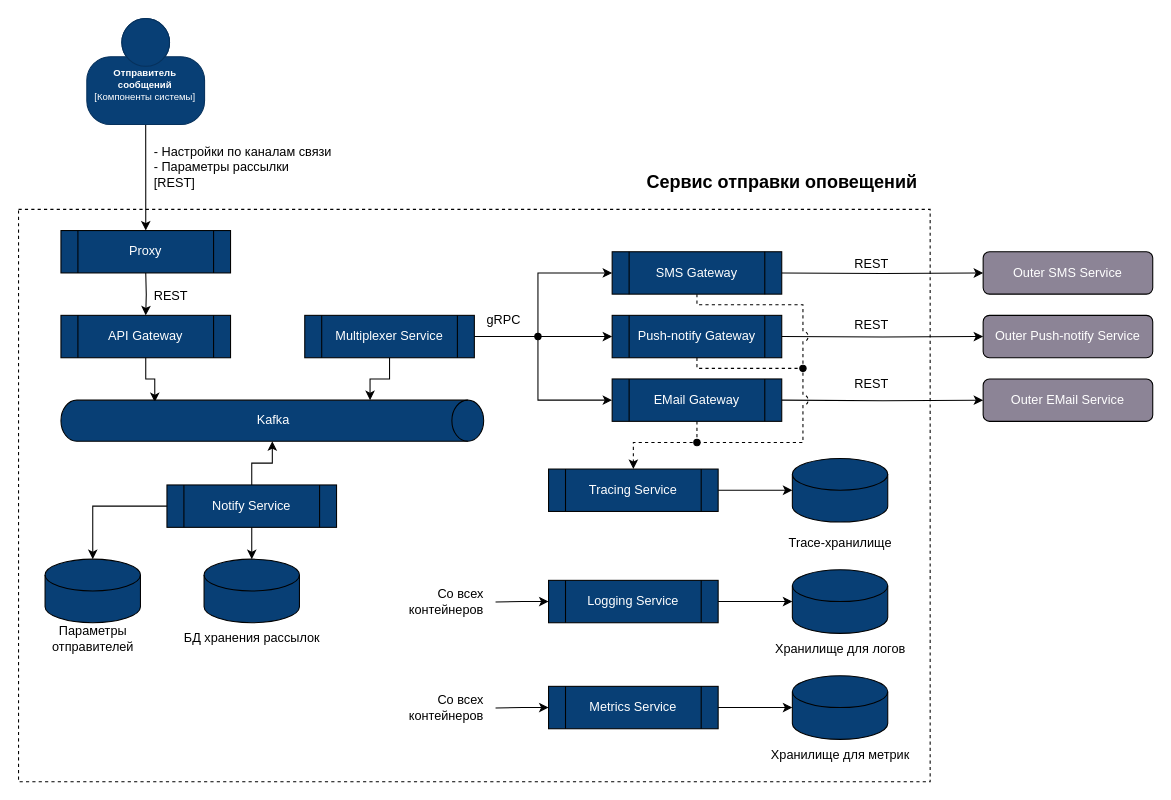
This is notificator/static/c2_and_c3_diagrams.drawio from Yandex-Practicum/architect-practice-tpl, a draw.io file, before an edit. Source tidied: cells renumbered, new cells numbered last; positions are measured from the earlier drawing's top-left corner, leaving out a move shared by most shapes. Both pictures are drawn from the tidied source at 106%, with x=0, y=0 at pixel (18, 18).
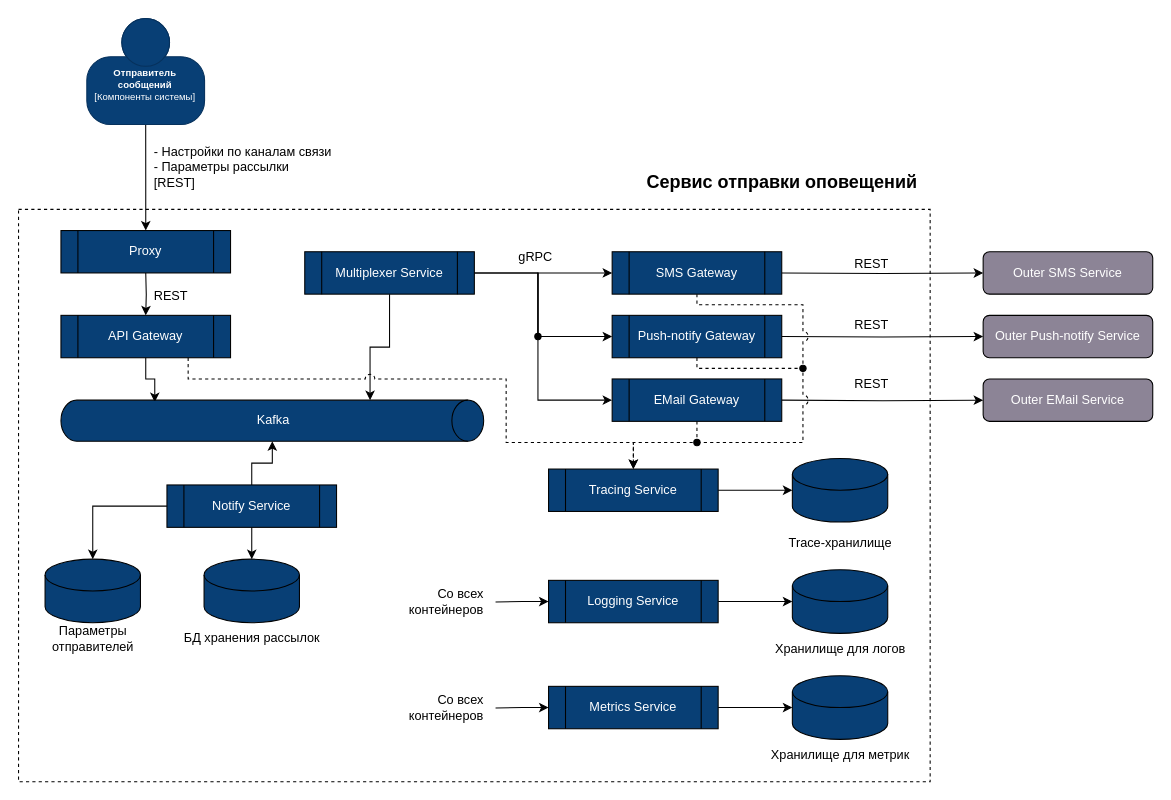
Above is the later version.

Unchanged cells that the change refers to:
```xml
<mxCell id="15" value="API Gateway" style="shape=process;whiteSpace=wrap;html=1;backgroundOutline=1;fillColor=#083f75;fontColor=#FFFFFF;" parent="1" vertex="1">
  <mxGeometry x="40" y="280" width="160" height="40" as="geometry" />
</mxCell>
<mxCell id="29" value="Push-notify Gateway" style="shape=process;whiteSpace=wrap;html=1;backgroundOutline=1;fillColor=#083f75;fontColor=#ffffff;" parent="1" vertex="1">
  <mxGeometry x="560" y="280" width="160" height="40" as="geometry" />
</mxCell>
<mxCell id="31" value="EMail Gateway" style="shape=process;whiteSpace=wrap;html=1;backgroundOutline=1;fillColor=#083f75;fontColor=#ffffff;" parent="1" vertex="1">
  <mxGeometry x="560" y="340" width="160" height="40" as="geometry" />
</mxCell>
<mxCell id="51" value="Tracing Service" style="shape=process;whiteSpace=wrap;html=1;backgroundOutline=1;fillColor=#083f75;fontColor=#ffffff;" parent="1" vertex="1">
  <mxGeometry x="500" y="425" width="160" height="40" as="geometry" />
</mxCell>
```

What changed in the source:
```diff
@@
     <mxCell id="33" style="edgeStyle=orthogonalEdgeStyle;rounded=0;jettySize=auto;html=1;exitX=1;exitY=0.5;exitDx=0;exitDy=0;entryX=0;entryY=0.5;entryDx=0;entryDy=0;" parent="1" edge="1" source="35" target="29">
-      <mxGeometry relative="1" as="geometry" />
+      <mxGeometry relative="1" as="geometry">
+        <Array as="points">
+          <mxPoint x="490" y="240" />
+          <mxPoint x="490" y="300" />
+        </Array>
+      </mxGeometry>
     </mxCell>
     <mxCell id="34" style="edgeStyle=orthogonalEdgeStyle;rounded=0;jettySize=auto;html=1;exitX=1;exitY=0.5;exitDx=0;exitDy=0;entryX=0;entryY=0.5;entryDx=0;entryDy=0;" parent="1" edge="1" source="35" target="31">
       <mxGeometry relative="1" as="geometry">
         <Array as="points">
-          <mxPoint x="490" y="300" />
+          <mxPoint x="490" y="240" />
           <mxPoint x="490" y="360" />
         </Array>
       </mxGeometry>
     </mxCell>
     <mxCell id="35" value="Multiplexer Service" style="shape=process;whiteSpace=wrap;html=1;backgroundOutline=1;fillColor=#083f75;fontColor=#FFFFFF;" parent="1" vertex="1">
-      <mxGeometry x="270" y="280" width="160" height="40" as="geometry" />
+      <mxGeometry x="270" y="220" width="160" height="40" as="geometry" />
     </mxCell>
@@
     <mxCell id="37" value="gRPC" style="text;html=1;align=left;verticalAlign=middle;strokeColor=none;fillColor=none;" parent="1" vertex="1">
-      <mxGeometry x="440" y="270" width="60" height="30" as="geometry" />
+      <mxGeometry x="470" y="210" width="60" height="30" as="geometry" />
     </mxCell>
@@
+    <mxCell id="61" style="edgeStyle=orthogonalEdgeStyle;rounded=0;jettySize=auto;html=1;exitX=0.75;exitY=1;exitDx=0;exitDy=0;entryX=0.5;entryY=0;entryDx=0;entryDy=0;dashed=1;jumpStyle=arc;jumpSize=9;" parent="1" edge="1" source="15" target="51">
+      <mxGeometry relative="1" as="geometry">
+        <Array as="points">
+          <mxPoint x="160" y="340" />
+          <mxPoint x="460" y="340" />
+          <mxPoint x="460" y="400" />
+          <mxPoint x="580" y="400" />
+        </Array>
+      </mxGeometry>
+    </mxCell>
```
